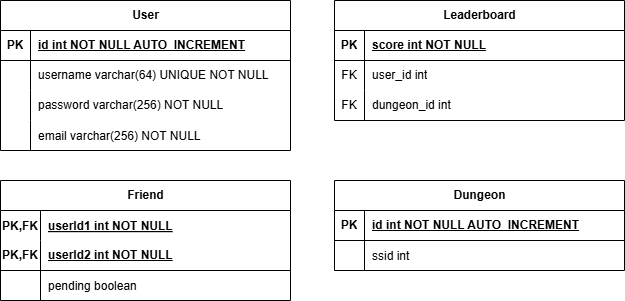
smanedn/ColorfulSongs keeps this draw.io diagram as 7_Allegati/DataBase/Schema-Logico-DB.png. Above is the earlier version. Source tidied: cells renumbered, new cells last; positions are measured from the earlier drawing's top-left corner, leaving out a move shared by most shapes.
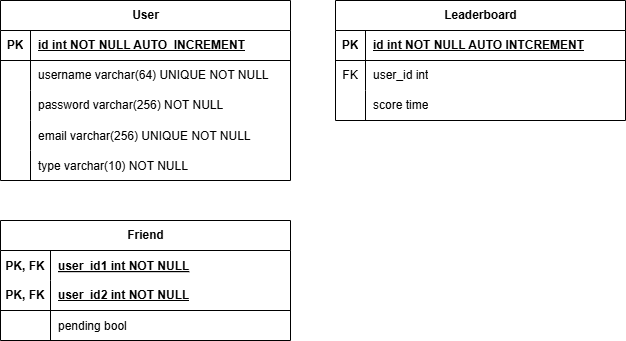
The same file after the commit.

Change to the diagram source:
```diff
@@ -3,7 +3,7 @@
     <mxCell id="0" />
     <mxCell id="1" parent="0" />
     <mxCell id="2" value="&lt;span style=&quot;text-wrap: wrap;&quot;&gt;User&lt;/span&gt;" style="shape=table;startSize=30;rowLines=0;fontStyle=1;align=center;html=1;" parent="1" vertex="1">
-      <mxGeometry width="290" height="150" as="geometry" />
+      <mxGeometry width="290" height="180" as="geometry" />
     </mxCell>
     <mxCell id="3" style="shape=tableRow;horizontal=0;startSize=0;swimlaneHead=0;swimlaneBody=0;fillColor=none;top=0;left=0;right=0;bottom=1;" parent="2" vertex="1">
       <mxGeometry y="30" width="290" height="30" as="geometry" />
@@ -38,11 +38,20 @@
     <mxCell id="13" style="shape=partialRectangle;fillColor=none;top=0;left=0;bottom=0;right=0;overflow=hidden;" parent="12" vertex="1">
       <mxGeometry width="30" height="30" as="geometry" />
     </mxCell>
-    <mxCell id="14" value="email varchar(256) NOT NULL" style="shape=partialRectangle;fillColor=none;top=0;left=0;bottom=0;right=0;align=left;spacingLeft=6;overflow=hidden;" parent="12" vertex="1">
+    <mxCell id="14" value="email varchar(256) UNIQUE NOT NULL" style="shape=partialRectangle;fillColor=none;top=0;left=0;bottom=0;right=0;align=left;spacingLeft=6;overflow=hidden;" parent="12" vertex="1">
       <mxGeometry x="30" width="260" height="30" as="geometry" />
     </mxCell>
+    <mxCell id="42" style="shape=tableRow;horizontal=0;startSize=0;swimlaneHead=0;swimlaneBody=0;fillColor=none;top=0;left=0;right=0;bottom=0;" parent="2" vertex="1">
+      <mxGeometry y="150" width="290" height="30" as="geometry" />
+    </mxCell>
+    <mxCell id="30" style="shape=partialRectangle;fillColor=none;top=0;left=0;bottom=0;right=0;overflow=hidden;" parent="42" vertex="1">
+      <mxGeometry width="30" height="30" as="geometry" />
+    </mxCell>
+    <mxCell id="43" value="type varchar(10) NOT NULL" style="shape=partialRectangle;fillColor=none;top=0;left=0;bottom=0;right=0;align=left;spacingLeft=6;overflow=hidden;" parent="42" vertex="1">
+      <mxGeometry x="30" width="260" height="30" as="geometry" />
+    </mxCell>
     <mxCell id="15" value="&lt;span style=&quot;text-wrap: wrap;&quot;&gt;Leaderboard&lt;/span&gt;" style="shape=table;startSize=30;rowLines=0;fontStyle=1;align=center;html=1;" parent="1" vertex="1">
-      <mxGeometry x="334" width="290" height="120" as="geometry" />
+      <mxGeometry x="335" width="290" height="120" as="geometry" />
     </mxCell>
     <mxCell id="16" style="shape=tableRow;horizontal=0;startSize=0;swimlaneHead=0;swimlaneBody=0;fillColor=none;top=0;left=0;right=0;bottom=1;" parent="15" vertex="1">
       <mxGeometry y="30" width="290" height="30" as="geometry" />
@@ -50,7 +59,7 @@
     <mxCell id="17" value="PK" style="shape=partialRectangle;fillColor=none;top=0;left=0;bottom=0;right=0;fontStyle=1;overflow=hidden;whiteSpace=wrap;html=1;" parent="16" vertex="1">
       <mxGeometry width="30" height="30" as="geometry" />
     </mxCell>
-    <mxCell id="18" value="score int NOT NULL" style="shape=partialRectangle;fillColor=none;top=0;left=0;bottom=0;right=0;align=left;spacingLeft=6;fontStyle=5;overflow=hidden;whiteSpace=wrap;html=1;" parent="16" vertex="1">
+    <mxCell id="18" value="id int NOT NULL AUTO INTCREMENT" style="shape=partialRectangle;fillColor=none;top=0;left=0;bottom=0;right=0;align=left;spacingLeft=6;fontStyle=5;overflow=hidden;whiteSpace=wrap;html=1;" parent="16" vertex="1">
       <mxGeometry x="30" width="260" height="30" as="geometry" />
     </mxCell>
     <mxCell id="19" style="shape=tableRow;horizontal=0;startSize=0;swimlaneHead=0;swimlaneBody=0;fillColor=none;top=0;left=0;right=0;bottom=0;" parent="15" vertex="1">
@@ -65,62 +74,41 @@
     <mxCell id="22" style="shape=tableRow;horizontal=0;startSize=0;swimlaneHead=0;swimlaneBody=0;fillColor=none;top=0;left=0;right=0;bottom=0;" parent="15" vertex="1">
       <mxGeometry y="90" width="290" height="30" as="geometry" />
     </mxCell>
-    <mxCell id="23" value="FK" style="shape=partialRectangle;fillColor=none;top=0;left=0;bottom=0;right=0;fontStyle=0;overflow=hidden;whiteSpace=wrap;html=1;" parent="22" vertex="1">
+    <mxCell id="23" style="shape=partialRectangle;fillColor=none;top=0;left=0;bottom=0;right=0;fontStyle=0;overflow=hidden;whiteSpace=wrap;html=1;" parent="22" vertex="1">
       <mxGeometry width="30" height="30" as="geometry" />
     </mxCell>
-    <mxCell id="24" value="dungeon_id int" style="shape=partialRectangle;fillColor=none;top=0;left=0;bottom=0;right=0;align=left;spacingLeft=6;fontStyle=0;overflow=hidden;whiteSpace=wrap;html=1;" parent="22" vertex="1">
+    <mxCell id="24" value="score time" style="shape=partialRectangle;fillColor=none;top=0;left=0;bottom=0;right=0;align=left;spacingLeft=6;fontStyle=0;overflow=hidden;whiteSpace=wrap;html=1;" parent="22" vertex="1">
       <mxGeometry x="30" width="260" height="30" as="geometry" />
     </mxCell>
-    <mxCell id="25" value="&lt;span style=&quot;text-wrap: wrap;&quot;&gt;Dungeon&lt;/span&gt;" style="shape=table;startSize=30;rowLines=0;fontStyle=1;align=center;html=1;" parent="1" vertex="1">
-      <mxGeometry x="334" y="180" width="290" height="90" as="geometry" />
-    </mxCell>
-    <mxCell id="26" style="shape=tableRow;horizontal=0;startSize=0;swimlaneHead=0;swimlaneBody=0;fillColor=none;top=0;left=0;right=0;bottom=1;" parent="25" vertex="1">
-      <mxGeometry y="30" width="290" height="30" as="geometry" />
-    </mxCell>
-    <mxCell id="27" value="PK" style="shape=partialRectangle;fillColor=none;top=0;left=0;bottom=0;right=0;fontStyle=1;overflow=hidden;whiteSpace=wrap;html=1;" parent="26" vertex="1">
-      <mxGeometry width="30" height="30" as="geometry" />
-    </mxCell>
-    <mxCell id="28" value="id int NOT NULL AUTO_INCREMENT" style="shape=partialRectangle;fillColor=none;top=0;left=0;bottom=0;right=0;align=left;spacingLeft=6;fontStyle=5;overflow=hidden;whiteSpace=wrap;html=1;" parent="26" vertex="1">
-      <mxGeometry x="30" width="260" height="30" as="geometry" />
-    </mxCell>
-    <mxCell id="29" style="shape=tableRow;horizontal=0;startSize=0;swimlaneHead=0;swimlaneBody=0;fillColor=none;top=0;left=0;right=0;bottom=0;" parent="25" vertex="1">
-      <mxGeometry y="60" width="290" height="30" as="geometry" />
-    </mxCell>
-    <mxCell id="30" style="shape=partialRectangle;fillColor=none;top=0;left=0;bottom=0;right=0;overflow=hidden;" parent="29" vertex="1">
-      <mxGeometry width="30" height="30" as="geometry" />
-    </mxCell>
-    <mxCell id="31" value="ssid int" style="shape=partialRectangle;fillColor=none;top=0;left=0;bottom=0;right=0;align=left;spacingLeft=6;overflow=hidden;" parent="29" vertex="1">
-      <mxGeometry x="30" width="260" height="30" as="geometry" />
-    </mxCell>
     <mxCell id="32" value="&lt;span style=&quot;text-wrap: wrap;&quot;&gt;Friend&lt;/span&gt;" style="shape=table;startSize=30;rowLines=0;fontStyle=1;align=center;html=1;" parent="1" vertex="1">
-      <mxGeometry y="180" width="290" height="120" as="geometry" />
+      <mxGeometry y="220" width="290" height="120" as="geometry" />
     </mxCell>
     <mxCell id="33" style="shape=tableRow;horizontal=0;startSize=0;swimlaneHead=0;swimlaneBody=0;fillColor=none;top=0;left=0;right=0;bottom=0;" parent="32" vertex="1">
       <mxGeometry y="30" width="290" height="30" as="geometry" />
     </mxCell>
-    <mxCell id="34" value="PK,FK" style="shape=partialRectangle;fillColor=none;top=0;left=0;bottom=0;right=0;overflow=hidden;fontStyle=1;" parent="33" vertex="1">
-      <mxGeometry width="40" height="30" as="geometry" />
+    <mxCell id="34" value="PK, FK" style="shape=partialRectangle;fillColor=none;top=0;left=0;bottom=0;right=0;overflow=hidden;fontStyle=1;" parent="33" vertex="1">
+      <mxGeometry width="50" height="30" as="geometry" />
     </mxCell>
-    <mxCell id="35" value="userId1 int NOT NULL" style="shape=partialRectangle;fillColor=none;top=0;left=0;bottom=0;right=0;align=left;spacingLeft=6;overflow=hidden;fontStyle=5;" parent="33" vertex="1">
-      <mxGeometry x="40" width="250" height="30" as="geometry" />
+    <mxCell id="35" value="user_id1 int NOT NULL" style="shape=partialRectangle;fillColor=none;top=0;left=0;bottom=0;right=0;align=left;spacingLeft=6;overflow=hidden;fontStyle=5;" parent="33" vertex="1">
+      <mxGeometry x="50" width="240" height="30" as="geometry" />
     </mxCell>
     <mxCell id="36" style="shape=tableRow;horizontal=0;startSize=0;swimlaneHead=0;swimlaneBody=0;fillColor=none;top=0;left=0;right=0;bottom=1;" parent="32" vertex="1">
       <mxGeometry y="60" width="290" height="30" as="geometry" />
     </mxCell>
-    <mxCell id="37" value="&lt;span style=&quot;text-wrap-mode: nowrap;&quot;&gt;PK,FK&lt;/span&gt;" style="shape=partialRectangle;fillColor=none;top=0;left=0;bottom=0;right=0;fontStyle=1;overflow=hidden;whiteSpace=wrap;html=1;" parent="36" vertex="1">
-      <mxGeometry width="40" height="30" as="geometry" />
-    </mxCell>
-    <mxCell id="38" value="userId2 int NOT NULL" style="shape=partialRectangle;fillColor=none;top=0;left=0;bottom=0;right=0;align=left;spacingLeft=6;fontStyle=5;overflow=hidden;whiteSpace=wrap;html=1;" parent="36" vertex="1">
-      <mxGeometry x="40" width="250" height="30" as="geometry" />
-    </mxCell>
+    <mxCell id="44" value="PK, FK" style="shape=partialRectangle;fillColor=none;top=0;left=0;bottom=0;right=0;fontStyle=1;overflow=hidden;whiteSpace=wrap;html=1;" parent="36" vertex="1">
+      <mxGeometry width="50" height="30" as="geometry" />
+    </mxCell>
+    <mxCell id="45" value="user_id2 int NOT NULL" style="shape=partialRectangle;fillColor=none;top=0;left=0;bottom=0;right=0;align=left;spacingLeft=6;fontStyle=5;overflow=hidden;whiteSpace=wrap;html=1;" parent="36" vertex="1">
+      <mxGeometry x="50" width="240" height="30" as="geometry" />
+    </mxCell>
     <mxCell id="39" style="shape=tableRow;horizontal=0;startSize=0;swimlaneHead=0;swimlaneBody=0;fillColor=none;top=0;left=0;right=0;bottom=0;" parent="32" vertex="1">
       <mxGeometry y="90" width="290" height="30" as="geometry" />
     </mxCell>
-    <mxCell id="40" style="shape=partialRectangle;fillColor=none;top=0;left=0;bottom=0;right=0;overflow=hidden;" parent="39" vertex="1">
-      <mxGeometry width="40" height="30" as="geometry" />
-    </mxCell>
-    <mxCell id="41" value="pending boolean" style="shape=partialRectangle;fillColor=none;top=0;left=0;bottom=0;right=0;align=left;spacingLeft=6;overflow=hidden;" parent="39" vertex="1">
-      <mxGeometry x="40" width="250" height="30" as="geometry" />
-    </mxCell>
+    <mxCell id="46" style="shape=partialRectangle;fillColor=none;top=0;left=0;bottom=0;right=0;overflow=hidden;" parent="39" vertex="1">
+      <mxGeometry width="50" height="30" as="geometry" />
+    </mxCell>
+    <mxCell id="47" value="pending bool" style="shape=partialRectangle;fillColor=none;top=0;left=0;bottom=0;right=0;align=left;spacingLeft=6;overflow=hidden;" parent="39" vertex="1">
+      <mxGeometry x="50" width="240" height="30" as="geometry" />
+    </mxCell>
   </root>
 </mxGraphModel>
```
